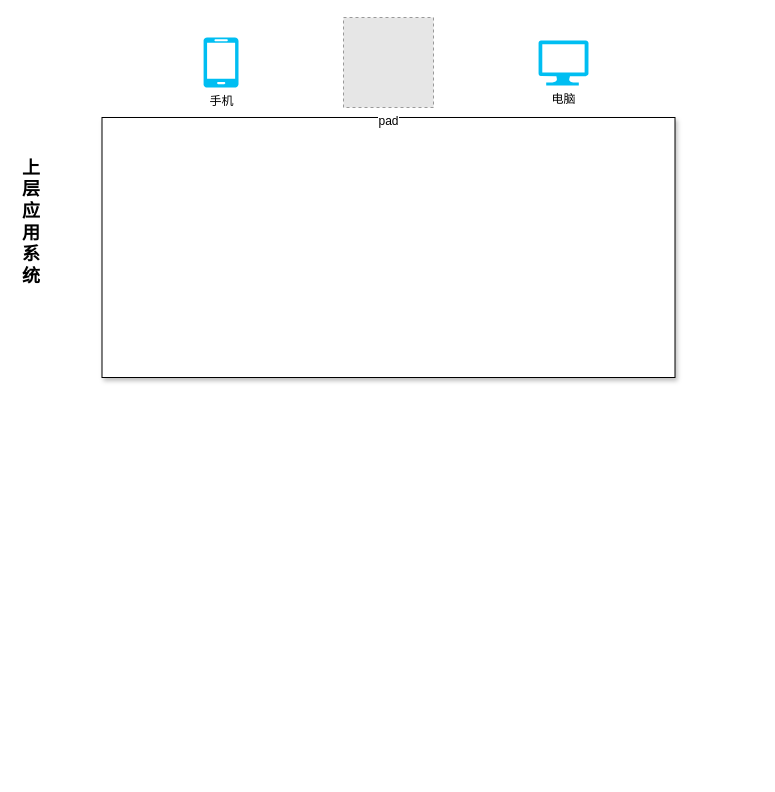
Earlier version of the draw.io diagram Untitled Diagram.drawio (wangjie5540/drawio). Source tidied: cells renumbered, new cells numbered last; positions are measured from the earlier drawing's top-left corner, leaving out a move shared by most shapes. Both pictures are drawn from the tidied source at 100%, with x=0, y=0 at pixel (21, 17). Pictures stored in the file or linked from it are replaced by grey dashed boxes.
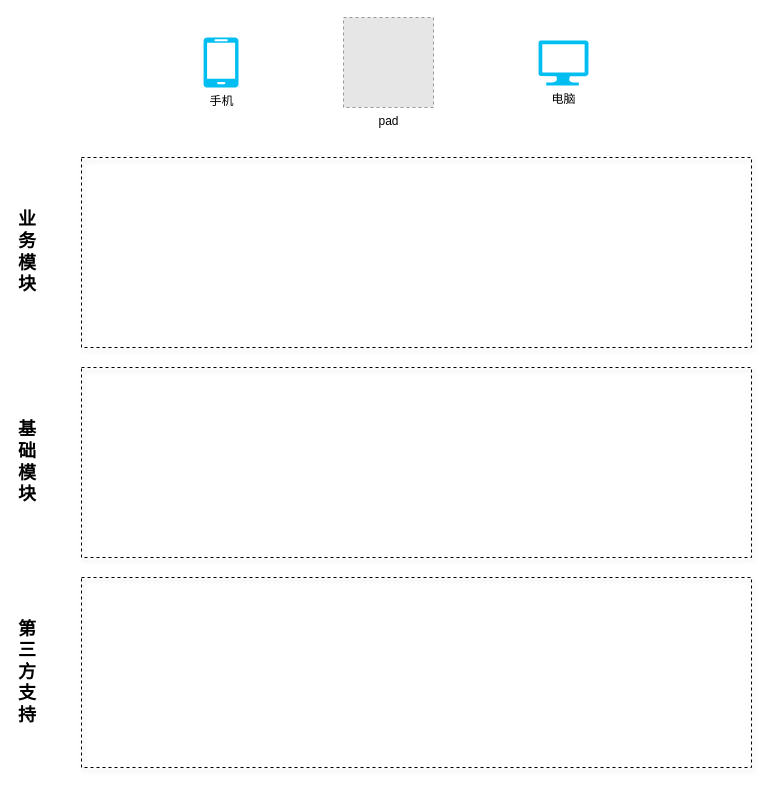
The same page after the edit.

The edit, as a diff of the source:
```diff
@@
 <mxGraphModel>
   <root>
     <mxCell id="0" />
     <mxCell id="1" parent="0" />
-    <mxCell id="2" style="rounded=0;whiteSpace=wrap;html=1;shadow=1;" parent="1" vertex="1">
-      <mxGeometry x="80.5" y="100" width="573" height="260" as="geometry" />
+    <mxCell id="2" style="rounded=0;whiteSpace=wrap;html=1;shadow=1;fillColor=none;dashed=1;" parent="1" vertex="1">
+      <mxGeometry x="60" y="140" width="670" height="190" as="geometry" />
     </mxCell>
     <mxCell id="3" value="手机" style="verticalLabelPosition=bottom;html=1;verticalAlign=top;align=center;strokeColor=none;fillColor=#00BEF2;shape=mxgraph.azure.mobile;" parent="1" vertex="1">
       <mxGeometry x="182" y="20" width="35" height="50" as="geometry" />
     </mxCell>
     <mxCell id="4" value="pad" style="fillColor=#E6E6E6;strokeColor=#999999;dashed=1;html=1;verticalAlign=top;verticalLabelPosition=bottom;labelBackgroundColor=#ffffff;" parent="1" vertex="1">
       <mxGeometry x="322" width="90" height="90" as="geometry" />
     </mxCell>
     <mxCell id="5" value="电脑" style="verticalLabelPosition=bottom;html=1;verticalAlign=top;align=center;strokeColor=none;fillColor=#00BEF2;shape=mxgraph.azure.computer;" parent="1" vertex="1">
       <mxGeometry x="517" y="23" width="50" height="45" as="geometry" />
     </mxCell>
-    <mxCell id="6" value="&lt;b&gt;&lt;font style=&quot;font-size: 18px&quot;&gt;上层应用系统&lt;/font&gt;&lt;/b&gt;" style="text;html=1;strokeColor=none;fillColor=none;align=center;verticalAlign=middle;whiteSpace=wrap;rounded=0;" parent="1" vertex="1">
-      <mxGeometry y="120" width="20" height="170" as="geometry" />
+    <mxCell id="6" value="&lt;b&gt;&lt;font style=&quot;font-size: 18px&quot;&gt;业务模块&lt;/font&gt;&lt;/b&gt;" style="text;html=1;strokeColor=none;fillColor=none;align=center;verticalAlign=middle;whiteSpace=wrap;rounded=0;" parent="1" vertex="1">
+      <mxGeometry x="-4.5" y="150" width="20" height="170" as="geometry" />
     </mxCell>
+    <mxCell id="7" value="&lt;b&gt;&lt;font style=&quot;font-size: 18px&quot;&gt;基础模块&lt;/font&gt;&lt;/b&gt;" style="text;html=1;strokeColor=none;fillColor=none;align=center;verticalAlign=middle;whiteSpace=wrap;rounded=0;" parent="1" vertex="1">
+      <mxGeometry x="-4.5" y="360" width="20" height="170" as="geometry" />
+    </mxCell>
+    <mxCell id="8" style="rounded=0;whiteSpace=wrap;html=1;shadow=1;fillColor=none;dashed=1;" parent="1" vertex="1">
+      <mxGeometry x="60" y="350" width="670" height="190" as="geometry" />
+    </mxCell>
+    <mxCell id="9" value="&lt;span style=&quot;font-size: 18px&quot;&gt;&lt;b&gt;第三方支持&lt;/b&gt;&lt;/span&gt;" style="text;html=1;strokeColor=none;fillColor=none;align=center;verticalAlign=middle;whiteSpace=wrap;rounded=0;" parent="1" vertex="1">
+      <mxGeometry x="-4.5" y="570" width="20" height="170" as="geometry" />
+    </mxCell>
+    <mxCell id="10" style="rounded=0;whiteSpace=wrap;html=1;shadow=1;fillColor=none;dashed=1;" parent="1" vertex="1">
+      <mxGeometry x="60" y="560" width="670" height="190" as="geometry" />
+    </mxCell>
   </root>
 </mxGraphModel>
```
